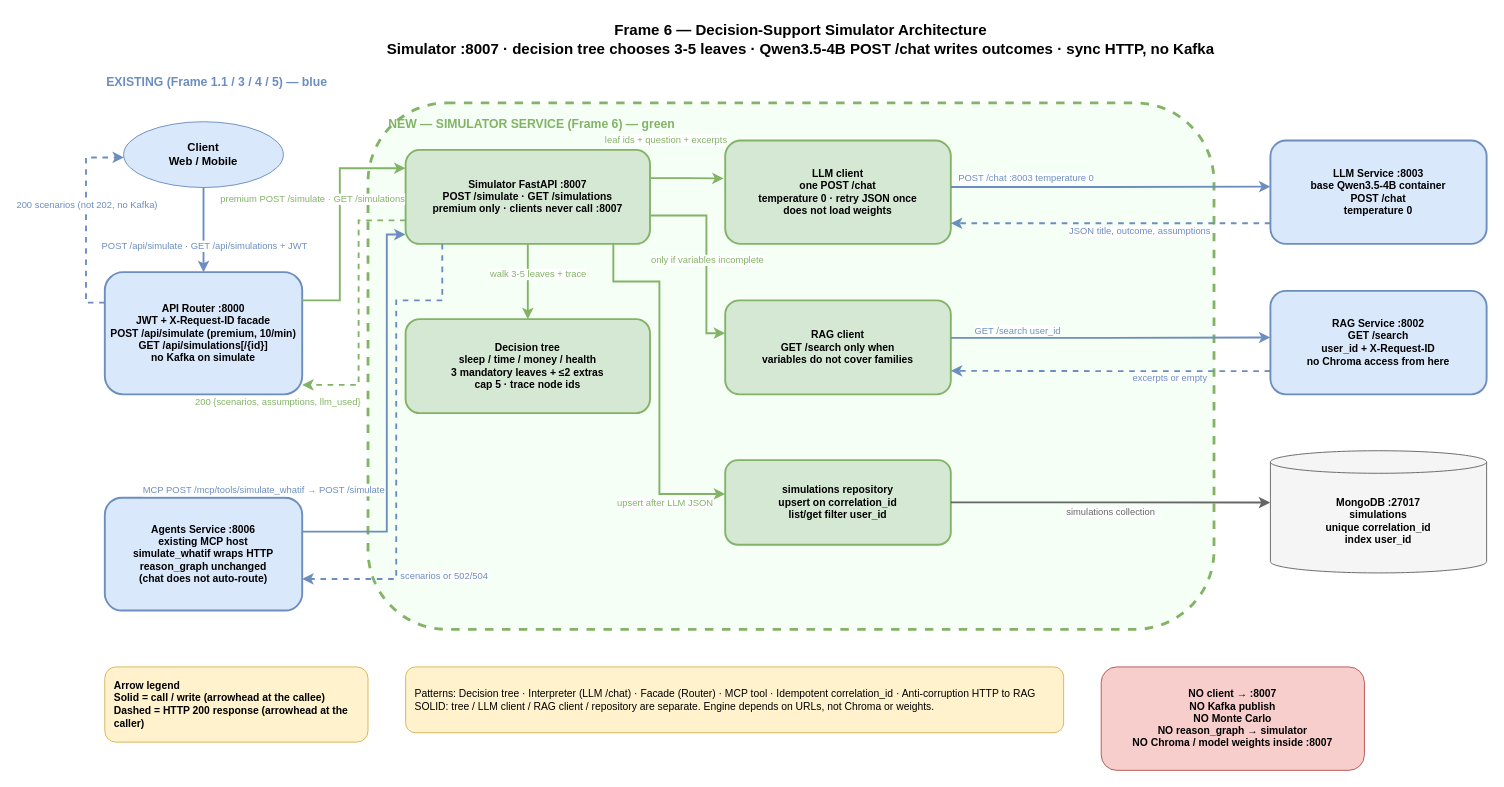
Above: openspec/changes/objective-6-decision-support/output/diagrams/simulator-architecture.drawio in da-ros/llm-brain (draw.io), before the change. Source tidied: cells renumbered, new cells numbered last; positions are measured from the earlier drawing's top-left corner, leaving out a move shared by most shapes. Both pictures are drawn from the tidied source at 94%, with x=0, y=0 at pixel (86, 16).
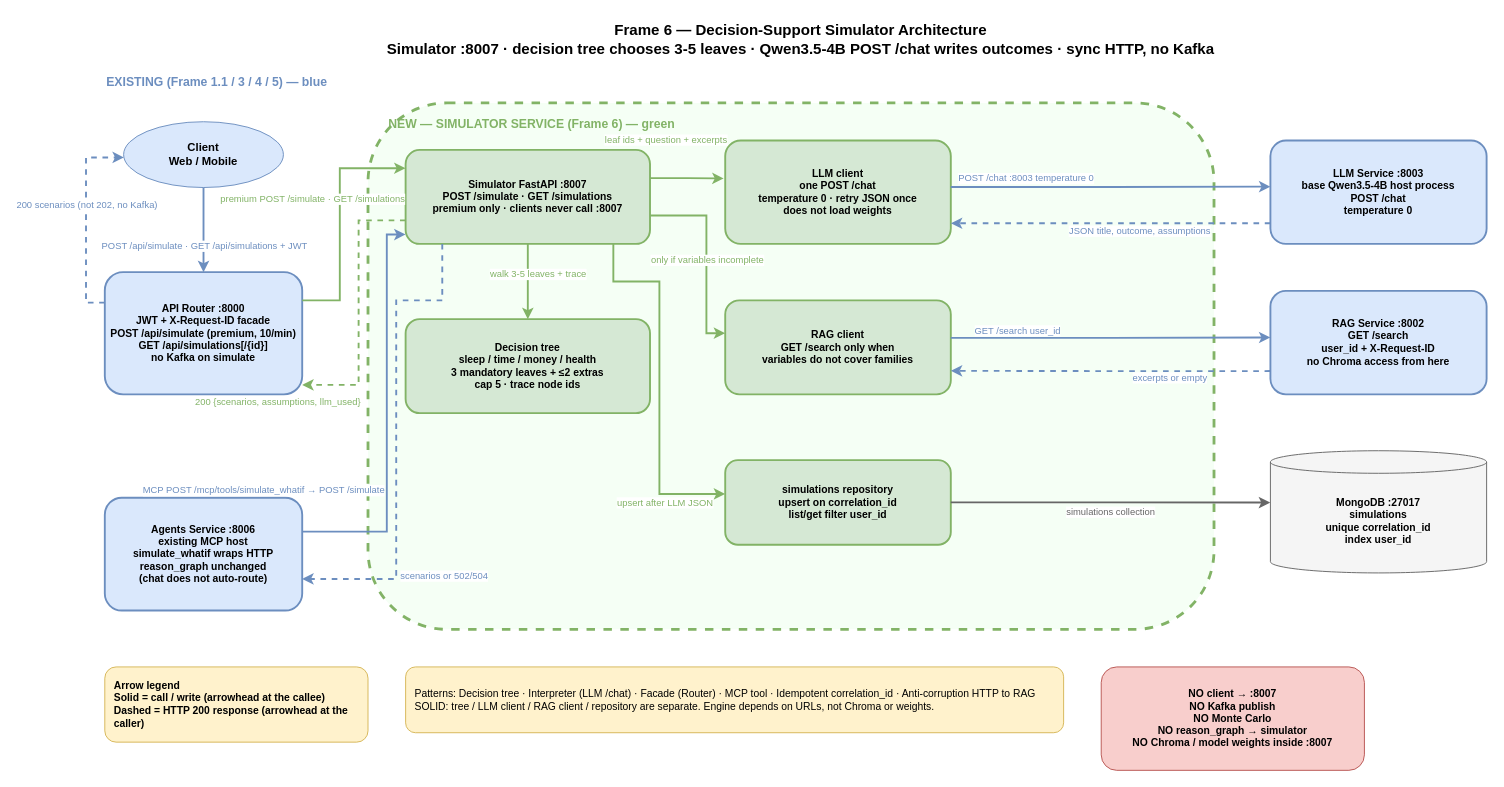
After the change.

The edit, as a diff of the source:
```diff
@@
-    <mxCell id="8" value="LLM Service :8003&#10;base Qwen3.5-4B container&#10;POST /chat&#10;temperature 0" style="rounded=1;whiteSpace=wrap;html=1;fillColor=#dae8fc;strokeColor=#6c8ebf;fontSize=11;fontStyle=1;strokeWidth=2;" parent="1" vertex="1">
+    <mxCell id="8" value="LLM Service :8003&#10;base Qwen3.5-4B host process&#10;POST /chat&#10;temperature 0" style="rounded=1;whiteSpace=wrap;html=1;fillColor=#dae8fc;strokeColor=#6c8ebf;fontSize=11;fontStyle=1;strokeWidth=2;" parent="1" vertex="1">
       <mxGeometry x="1260" y="132" width="230" height="110" as="geometry" />
     </mxCell>
```
